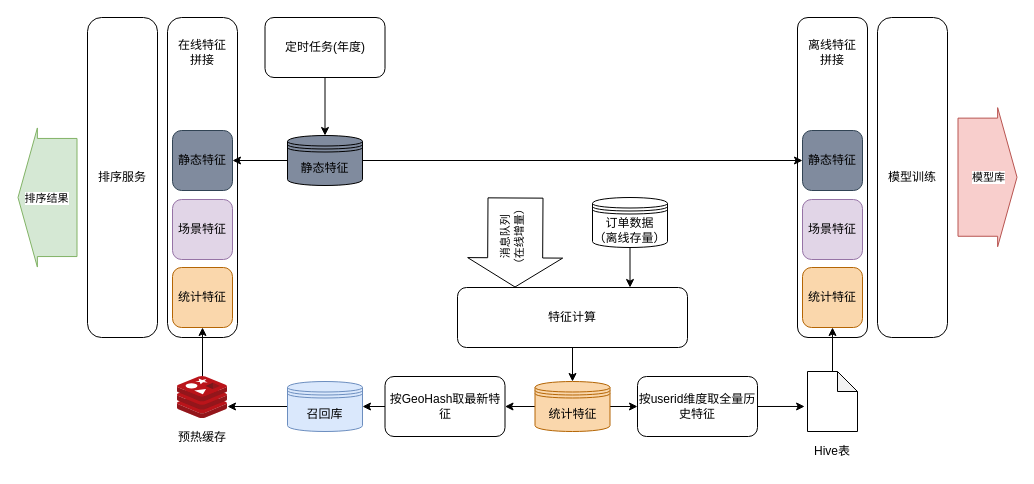
Above: page "数据处理" (5 of 6) of tms/转化率提升.drawio in wangziji/graphics (draw.io), before the change. Source tidied: cells renumbered, new cells numbered last; positions are measured from the earlier drawing's top-left corner, leaving out a move shared by most shapes. Both pictures are drawn from the tidied source at 100%, with x=0, y=0 at pixel (17, 17).
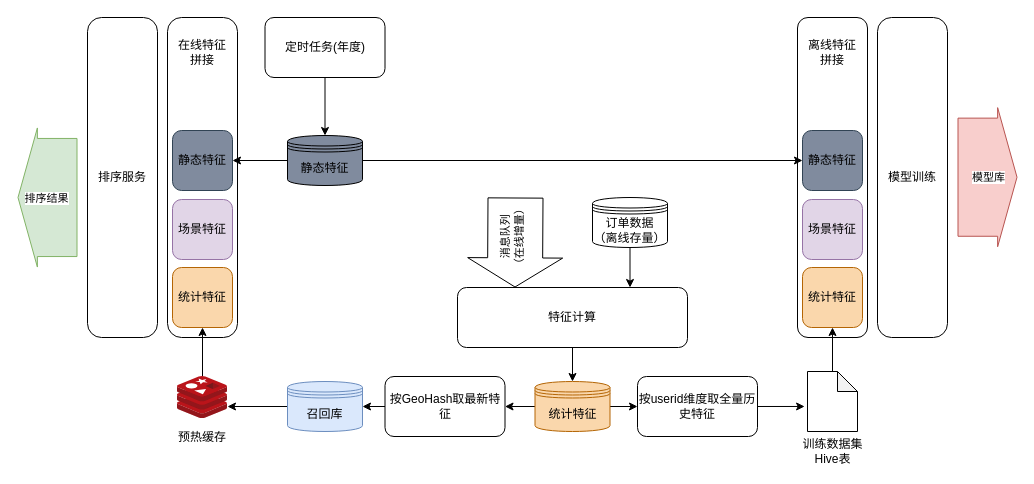
Above is the later version.

What changed in the source:
```diff
@@
-    <mxCell id="30" value="Hive表" style="text;html=1;align=center;verticalAlign=middle;whiteSpace=wrap;rounded=0;" parent="1" vertex="1">
-      <mxGeometry x="785" y="419" width="60" height="30" as="geometry" />
+    <mxCell id="30" value="&lt;div&gt;训练数据集&lt;/div&gt;Hive表" style="text;html=1;align=center;verticalAlign=middle;whiteSpace=wrap;rounded=0;" parent="1" vertex="1">
+      <mxGeometry x="772.5" y="419" width="85" height="30" as="geometry" />
     </mxCell>
```
